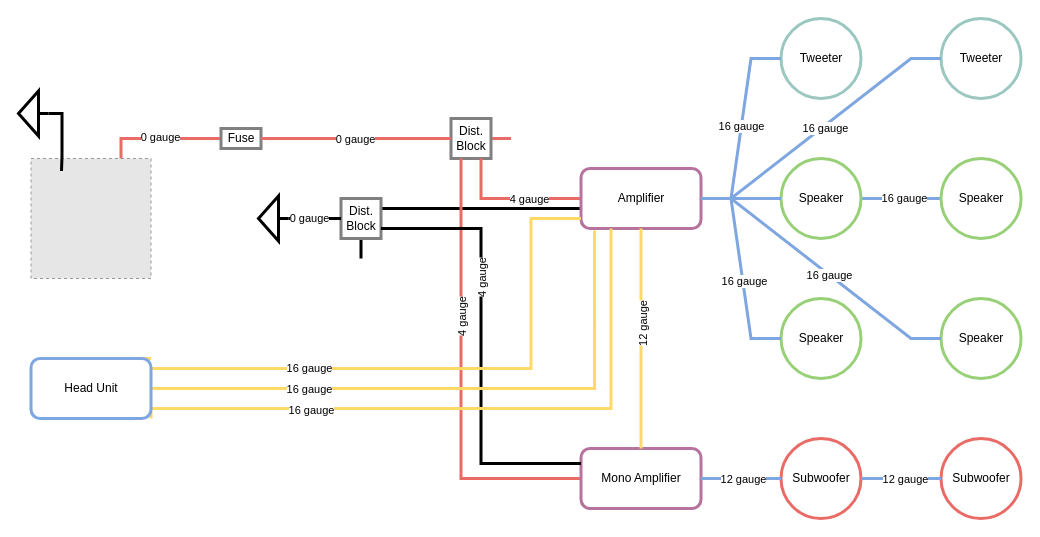
nicholasleblanc/diagrams keeps this draw.io diagram as Kia Optima Stereo.drawio. Above is the earlier version. Source tidied: cells renumbered, new cells numbered last; positions are measured from the earlier drawing's top-left corner, leaving out a move shared by most shapes. Both pictures are drawn from the tidied source at 100%, with x=0, y=0 at pixel (10, 18). Pictures stored in the file or linked from it are replaced by grey dashed boxes.
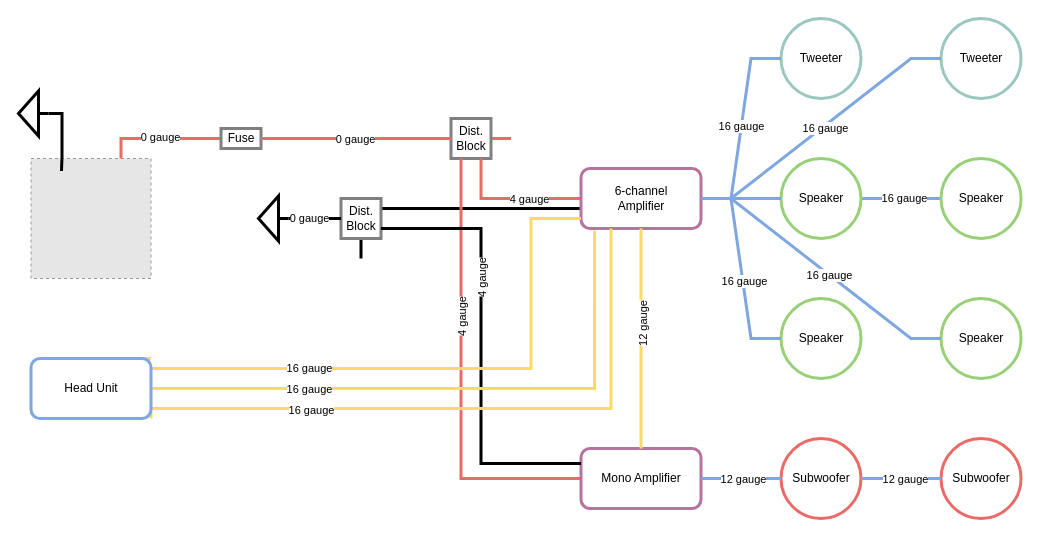
After the change.

Commit message:
Update stereo wiring.

Diff of the diagram source:
```diff
@@
-    <mxCell id="17" value="Amplifier" style="rounded=1;whiteSpace=wrap;html=1;strokeColor=#B5739D;strokeWidth=3;" parent="1" vertex="1">
+    <mxCell id="17" value="6-channel&lt;br&gt;Amplifier" style="rounded=1;whiteSpace=wrap;html=1;strokeColor=#B5739D;strokeWidth=3;" parent="1" vertex="1">
       <mxGeometry x="570.5" y="150" width="120" height="60" as="geometry" />
     </mxCell>
```
